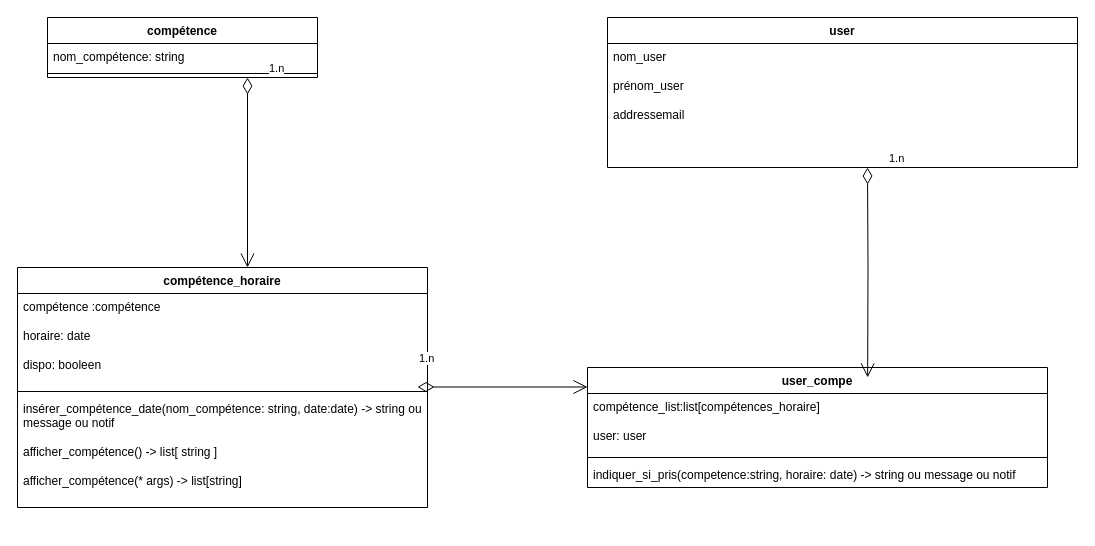
The draw.io diagram diagrammes/diaggramme_classe_eval_django.drawio in damienlabbe45-lab/django_eval, before the edit. Source tidied: cells renumbered, new cells numbered last; positions are measured from the earlier drawing's top-left corner, leaving out a move shared by most shapes. Both pictures are drawn from the tidied source at 100%, with x=0, y=0 at pixel (17, 17).
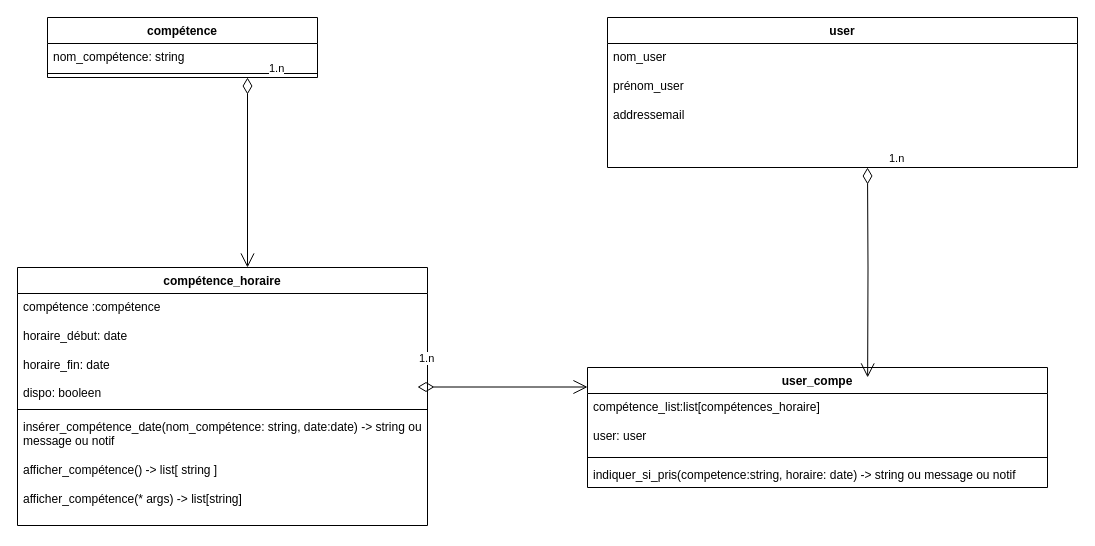
The same page after the edit.

Commit message (it also covers changes not shown here):
modification du diagramme de classe pour qu'il correspond au modèle.

The edit, as a diff of the source:
```diff
@@
     <mxCell id="7" value="compétence_horaire&lt;div&gt;&lt;br&gt;&lt;/div&gt;" style="swimlane;fontStyle=1;align=center;verticalAlign=top;horizontal=1;startSize=26;whiteSpace=wrap;html=1;" parent="1" vertex="1">
-      <mxGeometry y="250" width="410" height="240" as="geometry" />
+      <mxGeometry y="250" width="410" height="258" as="geometry" />
     </mxCell>
-    <mxCell id="8" value="compétence :compétence&lt;div&gt;&lt;br&gt;&lt;/div&gt;&lt;div&gt;horaire: date&lt;/div&gt;&lt;div&gt;&lt;br&gt;&lt;/div&gt;&lt;div&gt;dispo: booleen&lt;/div&gt;" style="text;strokeColor=none;fillColor=none;align=left;verticalAlign=top;spacingLeft=4;spacingRight=4;overflow=hidden;whiteSpace=wrap;html=1;" parent="7" vertex="1">
-      <mxGeometry y="26" width="410" height="94" as="geometry" />
+    <mxCell id="8" value="compétence :compétence&lt;div&gt;&lt;br&gt;&lt;/div&gt;&lt;div&gt;horaire_début: date&lt;/div&gt;&lt;div&gt;&lt;br&gt;&lt;/div&gt;&lt;div&gt;horaire_fin: date&lt;/div&gt;&lt;div&gt;&lt;br&gt;&lt;/div&gt;&lt;div&gt;dispo: booleen&lt;/div&gt;" style="text;strokeColor=none;fillColor=none;align=left;verticalAlign=top;spacingLeft=4;spacingRight=4;overflow=hidden;whiteSpace=wrap;html=1;" parent="7" vertex="1">
+      <mxGeometry y="26" width="410" height="112" as="geometry" />
     </mxCell>
     <mxCell id="9" style="line;strokeWidth=1;fillColor=none;align=left;verticalAlign=middle;spacingTop=-1;spacingLeft=3;spacingRight=3;labelPosition=right;strokeColor=inherit;" parent="7" vertex="1">
-      <mxGeometry y="120" width="410" height="8" as="geometry" />
+      <mxGeometry y="138" width="410" height="8" as="geometry" />
     </mxCell>
     <mxCell id="10" value="insérer_compétence_date(nom_compétence: string, date:date) -&amp;gt; string ou message ou notif&lt;div&gt;&lt;br&gt;&lt;/div&gt;&lt;div&gt;afficher_compétence() -&amp;gt; list[ string ]&lt;/div&gt;&lt;div&gt;&lt;br&gt;&lt;/div&gt;&lt;div&gt;afficher_compétence(* args) -&amp;gt; list[string]&lt;/div&gt;" style="text;strokeColor=none;fillColor=none;align=left;verticalAlign=top;spacingLeft=4;spacingRight=4;overflow=hidden;whiteSpace=wrap;html=1;" parent="7" vertex="1">
-      <mxGeometry y="128" width="410" height="112" as="geometry" />
+      <mxGeometry y="146" width="410" height="112" as="geometry" />
     </mxCell>
```
